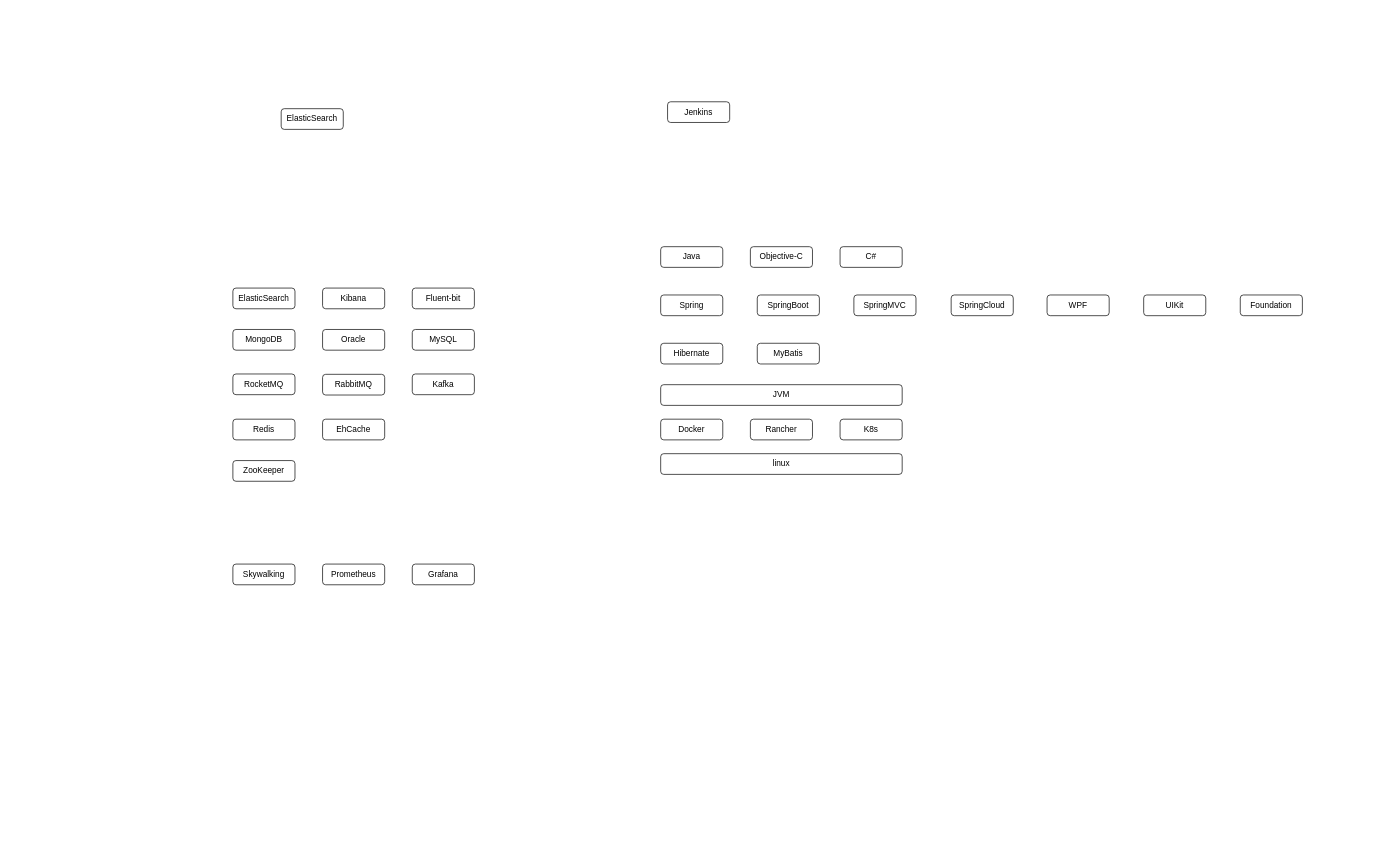
Above: 技术栈.drawio in ProgrammerLZ/drawio (draw.io), before the change. Source tidied: cells renumbered, new cells numbered last; positions are measured from the earlier drawing's top-left corner, leaving out a move shared by most shapes. Both pictures are drawn from the tidied source at 69%, with x=0, y=0 at pixel (233, 101).
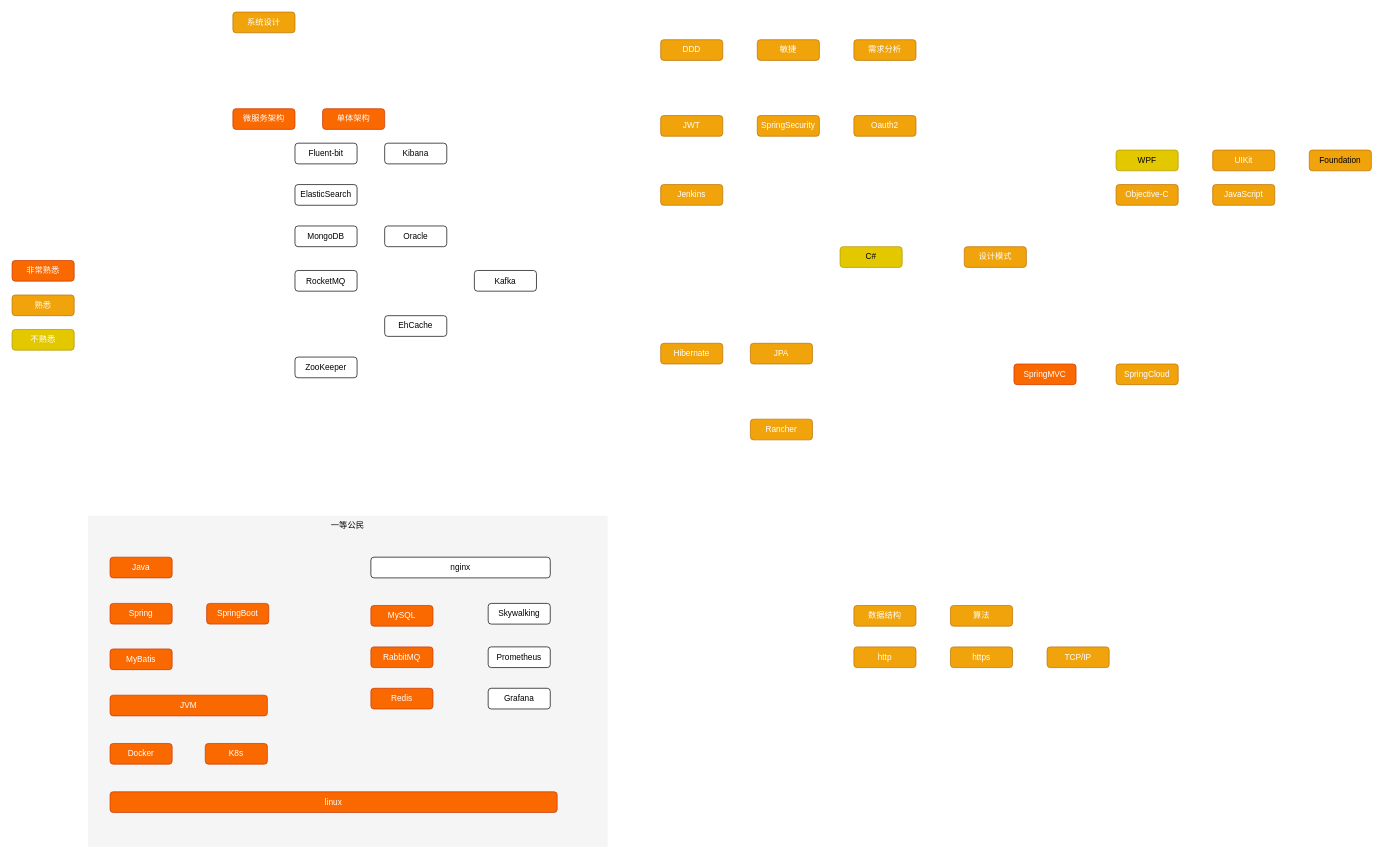
The same diagram, later.

Commit message (it also covers changes not shown here):
更新技术栈.drawio

The edit, as a diff of the source:
```diff
@@
+    <mxCell id="37" value="一等公民" style="rounded=0;whiteSpace=wrap;html=1;verticalAlign=top;fillColor=#E6E6E6;opacity=40;strokeColor=none;" parent="1" vertex="1">
+      <mxGeometry x="-210" y="600" width="753" height="480" as="geometry" />
+    </mxCell>
-    <mxCell id="2" value="Java" style="rounded=1;whiteSpace=wrap;html=1;" parent="1" vertex="1">
-      <mxGeometry x="620" y="210" width="90" height="30" as="geometry" />
+    <mxCell id="2" value="Java" style="rounded=1;whiteSpace=wrap;html=1;fillColor=#fa6800;strokeColor=#C73500;fontColor=#FFFFFF;" parent="1" vertex="1">
+      <mxGeometry x="-178" y="660" width="90" height="30" as="geometry" />
     </mxCell>
-    <mxCell id="3" value="JVM" style="rounded=1;whiteSpace=wrap;html=1;" parent="1" vertex="1">
-      <mxGeometry x="620" y="410" width="350" height="30" as="geometry" />
+    <mxCell id="3" value="JVM" style="rounded=1;whiteSpace=wrap;html=1;fillColor=#fa6800;fontColor=#FFFFFF;strokeColor=#C73500;" parent="1" vertex="1">
+      <mxGeometry x="-178" y="860" width="228" height="30" as="geometry" />
     </mxCell>
-    <mxCell id="4" value="linux" style="rounded=1;whiteSpace=wrap;html=1;" parent="1" vertex="1">
-      <mxGeometry x="620" y="510" width="350" height="30" as="geometry" />
+    <mxCell id="4" value="linux" style="rounded=1;whiteSpace=wrap;html=1;fillColor=#fa6800;fontColor=#FFFFFF;strokeColor=#C73500;" parent="1" vertex="1">
+      <mxGeometry x="-178" y="1000" width="648" height="30" as="geometry" />
     </mxCell>
-    <mxCell id="5" value="Docker" style="rounded=1;whiteSpace=wrap;html=1;" parent="1" vertex="1">
-      <mxGeometry x="620" y="460" width="90" height="30" as="geometry" />
-    </mxCell>
-    <mxCell id="6" value="Objective-C" style="rounded=1;whiteSpace=wrap;html=1;" parent="1" vertex="1">
-      <mxGeometry x="750" y="210" width="90" height="30" as="geometry" />
+    <mxCell id="6" value="Objective-C" style="rounded=1;whiteSpace=wrap;html=1;fillColor=#f0a30a;fontColor=#FFFFFF;strokeColor=#BD7000;" parent="1" vertex="1">
+      <mxGeometry x="1280" y="120" width="90" height="30" as="geometry" />
     </mxCell>
-    <mxCell id="7" value="C#" style="rounded=1;whiteSpace=wrap;html=1;" parent="1" vertex="1">
+    <mxCell id="7" value="C#" style="rounded=1;whiteSpace=wrap;html=1;fillColor=#e3c800;fontColor=#000000;strokeColor=#B09500;" parent="1" vertex="1">
       <mxGeometry x="880" y="210" width="90" height="30" as="geometry" />
     </mxCell>
-    <mxCell id="8" value="K8s" style="rounded=1;whiteSpace=wrap;html=1;" parent="1" vertex="1">
-      <mxGeometry x="880" y="460" width="90" height="30" as="geometry" />
-    </mxCell>
-    <mxCell id="9" value="MySQL" style="rounded=1;whiteSpace=wrap;html=1;" parent="1" vertex="1">
-      <mxGeometry x="260" y="330" width="90" height="30" as="geometry" />
+    <mxCell id="9" value="MySQL" style="rounded=1;whiteSpace=wrap;html=1;fillColor=#fa6800;fontColor=#FFFFFF;strokeColor=#C73500;" parent="1" vertex="1">
+      <mxGeometry x="200" y="730" width="90" height="30" as="geometry" />
     </mxCell>
     <mxCell id="10" value="Oracle" style="rounded=1;whiteSpace=wrap;html=1;" parent="1" vertex="1">
-      <mxGeometry x="130" y="330" width="90" height="30" as="geometry" />
+      <mxGeometry x="220" y="180" width="90" height="30" as="geometry" />
     </mxCell>
     <mxCell id="11" value="MongoDB" style="rounded=1;whiteSpace=wrap;html=1;" parent="1" vertex="1">
-      <mxGeometry y="330" width="90" height="30" as="geometry" />
+      <mxGeometry x="90" y="180" width="90" height="30" as="geometry" />
     </mxCell>
     <mxCell id="12" value="ElasticSearch" style="rounded=1;whiteSpace=wrap;html=1;" parent="1" vertex="1">
-      <mxGeometry y="270" width="90" height="30" as="geometry" />
+      <mxGeometry x="90" y="120" width="90" height="30" as="geometry" />
     </mxCell>
     <mxCell id="13" value="Kibana" style="rounded=1;whiteSpace=wrap;html=1;" parent="1" vertex="1">
-      <mxGeometry x="130" y="270" width="90" height="30" as="geometry" />
+      <mxGeometry x="220" y="60" width="90" height="30" as="geometry" />
     </mxCell>
     <mxCell id="14" value="Fluent-bit" style="rounded=1;whiteSpace=wrap;html=1;" parent="1" vertex="1">
-      <mxGeometry x="260" y="270" width="90" height="30" as="geometry" />
+      <mxGeometry x="90" y="60" width="90" height="30" as="geometry" />
     </mxCell>
-    <mxCell id="15" value="Spring" style="rounded=1;whiteSpace=wrap;html=1;" parent="1" vertex="1">
-      <mxGeometry x="620" y="280" width="90" height="30" as="geometry" />
+    <mxCell id="15" value="Spring" style="rounded=1;whiteSpace=wrap;html=1;fillColor=#fa6800;fontColor=#FFFFFF;strokeColor=#C73500;" parent="1" vertex="1">
+      <mxGeometry x="-178" y="727" width="90" height="30" as="geometry" />
     </mxCell>
-    <mxCell id="16" value="SpringBoot" style="rounded=1;whiteSpace=wrap;html=1;" parent="1" vertex="1">
-      <mxGeometry x="760" y="280" width="90" height="30" as="geometry" />
+    <mxCell id="16" value="SpringBoot" style="rounded=1;whiteSpace=wrap;html=1;fillColor=#fa6800;fontColor=#FFFFFF;strokeColor=#C73500;" parent="1" vertex="1">
+      <mxGeometry x="-38" y="727" width="90" height="30" as="geometry" />
     </mxCell>
-    <mxCell id="17" value="SpringMVC" style="rounded=1;whiteSpace=wrap;html=1;" parent="1" vertex="1">
-      <mxGeometry x="900" y="280" width="90" height="30" as="geometry" />
+    <mxCell id="17" value="SpringMVC" style="rounded=1;whiteSpace=wrap;html=1;fillColor=#fa6800;fontColor=#FFFFFF;strokeColor=#C73500;" parent="1" vertex="1">
+      <mxGeometry x="1132" y="380" width="90" height="30" as="geometry" />
     </mxCell>
-    <mxCell id="18" value="SpringCloud" style="rounded=1;whiteSpace=wrap;html=1;" parent="1" vertex="1">
-      <mxGeometry x="1041" y="280" width="90" height="30" as="geometry" />
+    <mxCell id="18" value="SpringCloud" style="rounded=1;whiteSpace=wrap;html=1;fillColor=#f0a30a;fontColor=#FFFFFF;strokeColor=#BD7000;" parent="1" vertex="1">
+      <mxGeometry x="1280" y="380" width="90" height="30" as="geometry" />
     </mxCell>
-    <mxCell id="19" value="Hibernate" style="rounded=1;whiteSpace=wrap;html=1;" parent="1" vertex="1">
+    <mxCell id="19" value="Hibernate" style="rounded=1;whiteSpace=wrap;html=1;fillColor=#f0a30a;fontColor=#FFFFFF;strokeColor=#BD7000;" parent="1" vertex="1">
       <mxGeometry x="620" y="350" width="90" height="30" as="geometry" />
     </mxCell>
-    <mxCell id="20" value="MyBatis" style="rounded=1;whiteSpace=wrap;html=1;" parent="1" vertex="1">
-      <mxGeometry x="760" y="350" width="90" height="30" as="geometry" />
+    <mxCell id="20" value="MyBatis" style="rounded=1;whiteSpace=wrap;html=1;fillColor=#fa6800;fontColor=#FFFFFF;strokeColor=#C73500;" parent="1" vertex="1">
+      <mxGeometry x="-178" y="793" width="90" height="30" as="geometry" />
     </mxCell>
@@
-    <mxCell id="22" value="Rancher" style="rounded=1;whiteSpace=wrap;html=1;" parent="1" vertex="1">
+    <mxCell id="22" value="Rancher" style="rounded=1;whiteSpace=wrap;html=1;fillColor=#f0a30a;fontColor=#FFFFFF;strokeColor=#BD7000;" parent="1" vertex="1">
       <mxGeometry x="750" y="460" width="90" height="30" as="geometry" />
     </mxCell>
-    <mxCell id="23" value="WPF" style="rounded=1;whiteSpace=wrap;html=1;" parent="1" vertex="1">
-      <mxGeometry x="1180" y="280" width="90" height="30" as="geometry" />
+    <mxCell id="23" value="WPF" style="rounded=1;whiteSpace=wrap;html=1;fillColor=#e3c800;fontColor=#000000;strokeColor=#B09500;" parent="1" vertex="1">
+      <mxGeometry x="1280" y="70" width="90" height="30" as="geometry" />
     </mxCell>
-    <mxCell id="24" value="UIKit" style="rounded=1;whiteSpace=wrap;html=1;" parent="1" vertex="1">
-      <mxGeometry x="1320" y="280" width="90" height="30" as="geometry" />
+    <mxCell id="24" value="UIKit" style="rounded=1;whiteSpace=wrap;html=1;fillColor=#f0a30a;fontColor=#FFFFFF;strokeColor=#BD7000;" parent="1" vertex="1">
+      <mxGeometry x="1420" y="70" width="90" height="30" as="geometry" />
     </mxCell>
-    <mxCell id="25" value="Foundation" style="rounded=1;whiteSpace=wrap;html=1;" parent="1" vertex="1">
-      <mxGeometry x="1460" y="280" width="90" height="30" as="geometry" />
+    <mxCell id="25" value="Foundation" style="rounded=1;whiteSpace=wrap;html=1;fontColor=#000000;fillColor=#f0a30a;strokeColor=#BD7000;" parent="1" vertex="1">
+      <mxGeometry x="1560" y="70" width="90" height="30" as="geometry" />
     </mxCell>
     <mxCell id="26" value="RocketMQ" style="rounded=1;whiteSpace=wrap;html=1;" parent="1" vertex="1">
-      <mxGeometry y="394.5" width="90" height="30" as="geometry" />
+      <mxGeometry x="90" y="244.5" width="90" height="30" as="geometry" />
     </mxCell>
-    <mxCell id="27" value="RabbitMQ" style="rounded=1;whiteSpace=wrap;html=1;" parent="1" vertex="1">
-      <mxGeometry x="130" y="395" width="90" height="30" as="geometry" />
+    <mxCell id="27" value="RabbitMQ" style="rounded=1;whiteSpace=wrap;html=1;fillColor=#fa6800;fontColor=#FFFFFF;strokeColor=#C73500;" parent="1" vertex="1">
+      <mxGeometry x="200" y="790" width="90" height="30" as="geometry" />
     </mxCell>
     <mxCell id="28" value="Kafka" style="rounded=1;whiteSpace=wrap;html=1;" parent="1" vertex="1">
-      <mxGeometry x="260" y="394.5" width="90" height="30" as="geometry" />
+      <mxGeometry x="350" y="244.5" width="90" height="30" as="geometry" />
     </mxCell>
-    <mxCell id="29" value="Redis" style="rounded=1;whiteSpace=wrap;html=1;" parent="1" vertex="1">
-      <mxGeometry y="460" width="90" height="30" as="geometry" />
+    <mxCell id="29" value="Redis" style="rounded=1;whiteSpace=wrap;html=1;fillColor=#fa6800;fontColor=#FFFFFF;strokeColor=#C73500;" parent="1" vertex="1">
+      <mxGeometry x="200" y="850" width="90" height="30" as="geometry" />
     </mxCell>
     <mxCell id="30" value="EhCache" style="rounded=1;whiteSpace=wrap;html=1;" parent="1" vertex="1">
-      <mxGeometry x="130" y="460" width="90" height="30" as="geometry" />
+      <mxGeometry x="220" y="310" width="90" height="30" as="geometry" />
     </mxCell>
-    <mxCell id="31" value="Jenkins" style="rounded=1;whiteSpace=wrap;html=1;" parent="1" vertex="1">
-      <mxGeometry x="630" width="90" height="30" as="geometry" />
+    <mxCell id="31" value="Jenkins" style="rounded=1;whiteSpace=wrap;html=1;fillColor=#f0a30a;fontColor=#FFFFFF;strokeColor=#BD7000;" parent="1" vertex="1">
+      <mxGeometry x="620" y="120" width="90" height="30" as="geometry" />
     </mxCell>
     <mxCell id="32" value="ZooKeeper" style="rounded=1;whiteSpace=wrap;html=1;" parent="1" vertex="1">
-      <mxGeometry y="520" width="90" height="30" as="geometry" />
+      <mxGeometry x="90" y="370" width="90" height="30" as="geometry" />
     </mxCell>
     <mxCell id="33" value="Skywalking" style="rounded=1;whiteSpace=wrap;html=1;" parent="1" vertex="1">
-      <mxGeometry y="670" width="90" height="30" as="geometry" />
+      <mxGeometry x="370" y="727" width="90" height="30" as="geometry" />
     </mxCell>
     <mxCell id="34" value="Prometheus" style="rounded=1;whiteSpace=wrap;html=1;" parent="1" vertex="1">
-      <mxGeometry x="130" y="670" width="90" height="30" as="geometry" />
+      <mxGeometry x="370" y="790" width="90" height="30" as="geometry" />
     </mxCell>
     <mxCell id="35" value="Grafana" style="rounded=1;whiteSpace=wrap;html=1;" parent="1" vertex="1">
-      <mxGeometry x="260" y="670" width="90" height="30" as="geometry" />
+      <mxGeometry x="370" y="850" width="90" height="30" as="geometry" />
     </mxCell>
-    <mxCell id="36" value="ElasticSearch" style="rounded=1;whiteSpace=wrap;html=1;" parent="1" vertex="1">
-      <mxGeometry x="70" y="10" width="90" height="30" as="geometry" />
+    <mxCell id="36" value="微服务架构" style="rounded=1;whiteSpace=wrap;html=1;fillColor=#fa6800;fontColor=#FFFFFF;strokeColor=#C73500;" parent="1" vertex="1">
+      <mxGeometry y="10" width="90" height="30" as="geometry" />
     </mxCell>
+    <mxCell id="38" value="单体架构" style="rounded=1;whiteSpace=wrap;html=1;fillColor=#fa6800;fontColor=#FFFFFF;strokeColor=#C73500;" parent="1" vertex="1">
+      <mxGeometry x="130" y="10" width="90" height="30" as="geometry" />
+    </mxCell>
+    <mxCell id="39" value="JavaScript" style="rounded=1;whiteSpace=wrap;html=1;fillColor=#f0a30a;fontColor=#FFFFFF;strokeColor=#BD7000;" parent="1" vertex="1">
+      <mxGeometry x="1420" y="120" width="90" height="30" as="geometry" />
+    </mxCell>
+    <mxCell id="40" value="JWT" style="rounded=1;whiteSpace=wrap;html=1;fillColor=#f0a30a;fontColor=#FFFFFF;strokeColor=#BD7000;" parent="1" vertex="1">
+      <mxGeometry x="620" y="20" width="90" height="30" as="geometry" />
+    </mxCell>
+    <mxCell id="41" value="SpringSecurity" style="rounded=1;whiteSpace=wrap;html=1;fillColor=#f0a30a;fontColor=#FFFFFF;strokeColor=#BD7000;" parent="1" vertex="1">
+      <mxGeometry x="760" y="20" width="90" height="30" as="geometry" />
+    </mxCell>
+    <mxCell id="42" value="Oauth2" style="rounded=1;whiteSpace=wrap;html=1;fillColor=#f0a30a;fontColor=#FFFFFF;strokeColor=#BD7000;" parent="1" vertex="1">
+      <mxGeometry x="900" y="20" width="90" height="30" as="geometry" />
+    </mxCell>
+    <mxCell id="43" value="http" style="rounded=1;whiteSpace=wrap;html=1;fillColor=#f0a30a;fontColor=#FFFFFF;strokeColor=#BD7000;" parent="1" vertex="1">
+      <mxGeometry x="900" y="790" width="90" height="30" as="geometry" />
+    </mxCell>
+    <mxCell id="44" value="https" style="rounded=1;whiteSpace=wrap;html=1;fillColor=#f0a30a;fontColor=#FFFFFF;strokeColor=#BD7000;" parent="1" vertex="1">
+      <mxGeometry x="1040" y="790" width="90" height="30" as="geometry" />
+    </mxCell>
+    <mxCell id="45" value="TCP/IP" style="rounded=1;whiteSpace=wrap;html=1;fillColor=#f0a30a;fontColor=#FFFFFF;strokeColor=#BD7000;" parent="1" vertex="1">
+      <mxGeometry x="1180" y="790" width="90" height="30" as="geometry" />
+    </mxCell>
+    <mxCell id="46" value="数据结构" style="rounded=1;whiteSpace=wrap;html=1;fillColor=#f0a30a;fontColor=#FFFFFF;strokeColor=#BD7000;" parent="1" vertex="1">
+      <mxGeometry x="900" y="730" width="90" height="30" as="geometry" />
+    </mxCell>
+    <mxCell id="47" value="算法" style="rounded=1;whiteSpace=wrap;html=1;fillColor=#f0a30a;fontColor=#FFFFFF;strokeColor=#BD7000;" parent="1" vertex="1">
+      <mxGeometry x="1040" y="730" width="90" height="30" as="geometry" />
+    </mxCell>
+    <mxCell id="48" value="系统设计" style="rounded=1;whiteSpace=wrap;html=1;fillColor=#f0a30a;fontColor=#FFFFFF;strokeColor=#BD7000;" parent="1" vertex="1">
+      <mxGeometry y="-130" width="90" height="30" as="geometry" />
+    </mxCell>
+    <mxCell id="49" value="nginx" style="rounded=1;whiteSpace=wrap;html=1;" parent="1" vertex="1">
+      <mxGeometry x="200" y="660" width="260" height="30" as="geometry" />
+    </mxCell>
+    <mxCell id="50" value="非常熟悉" style="rounded=1;whiteSpace=wrap;html=1;fillColor=#fa6800;fontColor=#FFFFFF;strokeColor=#C73500;" parent="1" vertex="1">
+      <mxGeometry x="-320" y="230" width="90" height="30" as="geometry" />
+    </mxCell>
+    <mxCell id="51" value="熟悉" style="rounded=1;whiteSpace=wrap;html=1;fillColor=#f0a30a;fontColor=#FFFFFF;strokeColor=#BD7000;" parent="1" vertex="1">
+      <mxGeometry x="-320" y="280" width="90" height="30" as="geometry" />
+    </mxCell>
+    <mxCell id="52" value="不熟悉" style="rounded=1;whiteSpace=wrap;html=1;fillColor=#e3c800;fontColor=#FFFFFF;strokeColor=#B09500;" parent="1" vertex="1">
+      <mxGeometry x="-320" y="330" width="90" height="30" as="geometry" />
+    </mxCell>
+    <mxCell id="53" value="设计模式" style="rounded=1;whiteSpace=wrap;html=1;fillColor=#f0a30a;fontColor=#FFFFFF;strokeColor=#BD7000;" parent="1" vertex="1">
+      <mxGeometry x="1060" y="210" width="90" height="30" as="geometry" />
+    </mxCell>
+    <mxCell id="54" value="JPA" style="rounded=1;whiteSpace=wrap;html=1;fillColor=#f0a30a;fontColor=#FFFFFF;strokeColor=#BD7000;" parent="1" vertex="1">
+      <mxGeometry x="750" y="350" width="90" height="30" as="geometry" />
+    </mxCell>
+    <mxCell id="5" value="Docker" style="rounded=1;whiteSpace=wrap;html=1;fillColor=#fa6800;fontColor=#FFFFFF;strokeColor=#C73500;" parent="1" vertex="1">
+      <mxGeometry x="-178" y="930" width="90" height="30" as="geometry" />
+    </mxCell>
+    <mxCell id="8" value="K8s" style="rounded=1;whiteSpace=wrap;html=1;fillColor=#fa6800;fontColor=#FFFFFF;strokeColor=#C73500;" parent="1" vertex="1">
+      <mxGeometry x="-40" y="930" width="90" height="30" as="geometry" />
+    </mxCell>
+    <mxCell id="55" value="DDD" style="rounded=1;whiteSpace=wrap;html=1;fillColor=#f0a30a;fontColor=#FFFFFF;strokeColor=#BD7000;" parent="1" vertex="1">
+      <mxGeometry x="620" y="-90" width="90" height="30" as="geometry" />
+    </mxCell>
+    <mxCell id="56" value="敏捷" style="rounded=1;whiteSpace=wrap;html=1;fillColor=#f0a30a;fontColor=#FFFFFF;strokeColor=#BD7000;" parent="1" vertex="1">
+      <mxGeometry x="760" y="-90" width="90" height="30" as="geometry" />
+    </mxCell>
+    <mxCell id="57" value="需求分析" style="rounded=1;whiteSpace=wrap;html=1;fillColor=#f0a30a;fontColor=#FFFFFF;strokeColor=#BD7000;" parent="1" vertex="1">
+      <mxGeometry x="900" y="-90" width="90" height="30" as="geometry" />
+    </mxCell>
```
